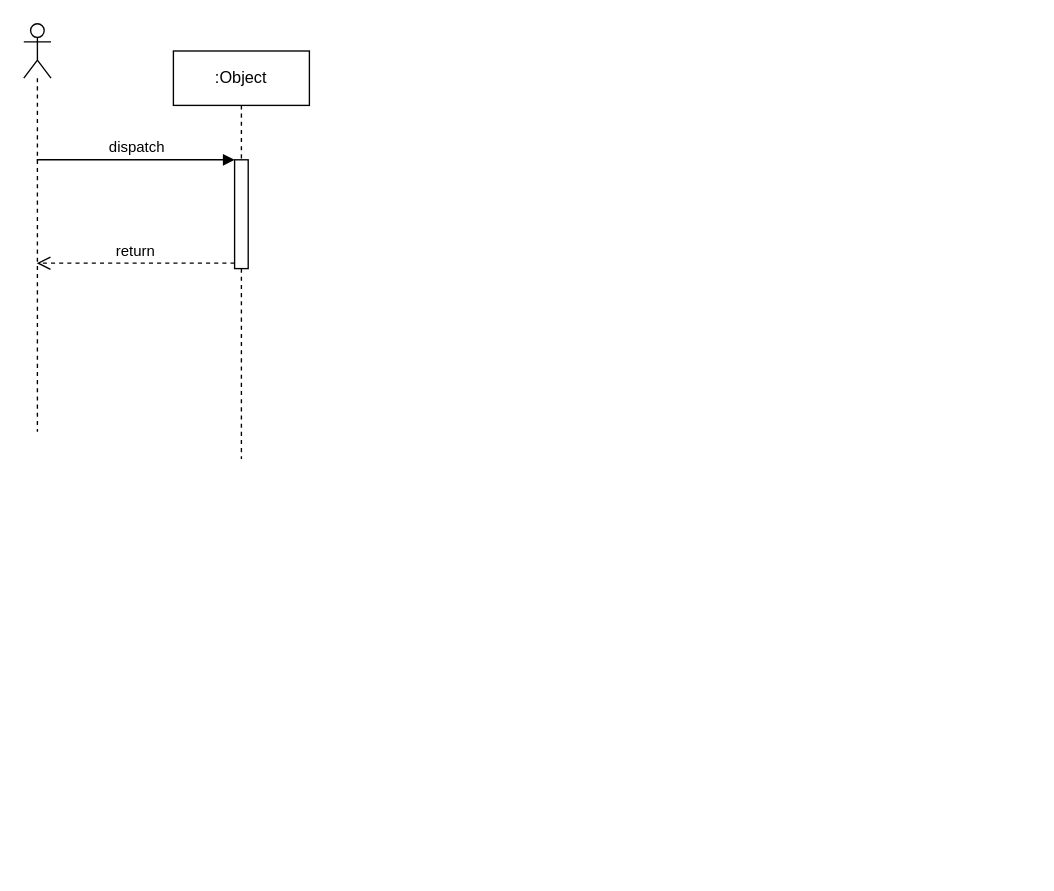
The draw.io diagram Untitled Diagram.drawio in MinDaHu/UML, before the edit. Source tidied: cells renumbered, new cells numbered last; positions are measured from the earlier drawing's top-left corner, leaving out a move shared by most shapes. Both pictures are drawn from the tidied source at 136%, with x=0, y=0 at pixel (23, 23).
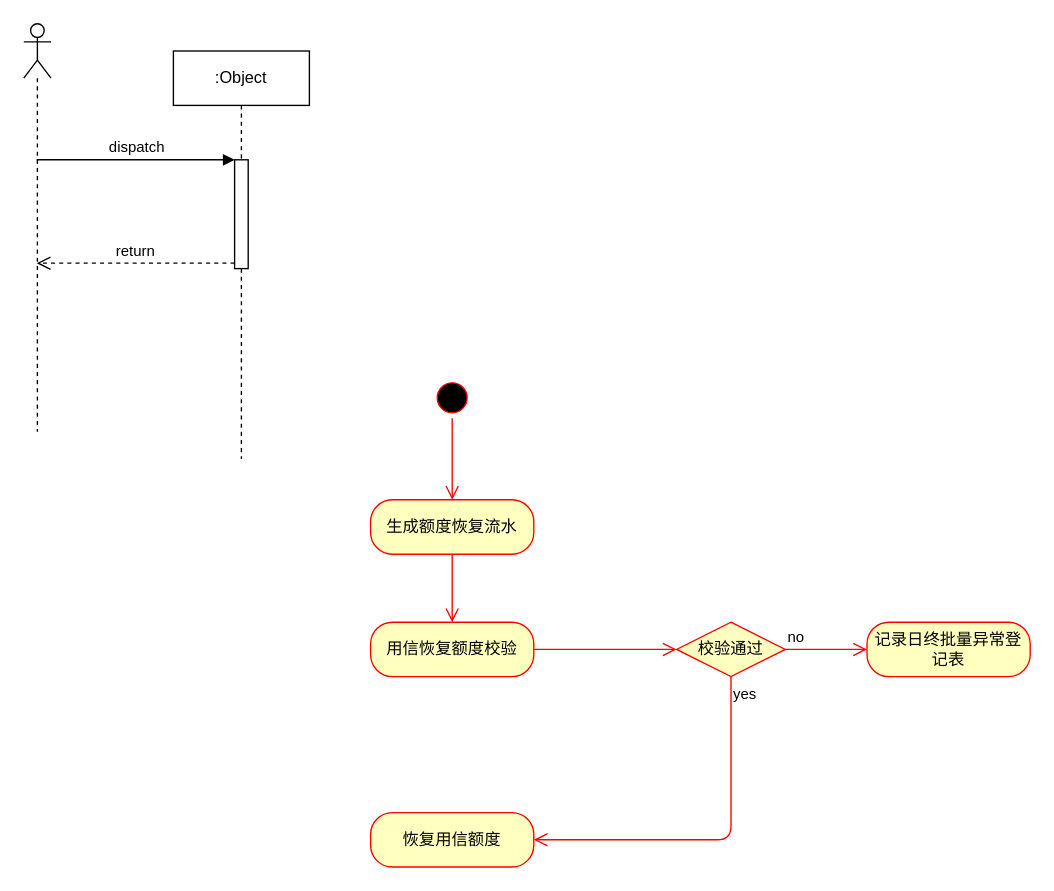
The same diagram, later.

Commit message:
高伟达-额度修改.drawio

What changed in the source:
```diff
@@
+    <mxCell id="7" style="ellipse;html=1;shape=startState;fillColor=#000000;strokeColor=#ff0000;" parent="1" vertex="1">
+      <mxGeometry x="300" y="260" width="30" height="30" as="geometry" />
+    </mxCell>
+    <mxCell id="8" style="edgeStyle=orthogonalEdgeStyle;html=1;verticalAlign=bottom;endArrow=open;endSize=8;strokeColor=#ff0000;" parent="1" edge="1" source="7">
+      <mxGeometry relative="1" as="geometry">
+        <mxPoint x="315" y="350" as="targetPoint" />
+      </mxGeometry>
+    </mxCell>
+    <mxCell id="9" value="生成额度恢复流水" style="rounded=1;whiteSpace=wrap;html=1;arcSize=40;fontColor=#000000;fillColor=#ffffc0;strokeColor=#ff0000;" parent="1" vertex="1">
+      <mxGeometry x="255" y="350" width="120" height="40" as="geometry" />
+    </mxCell>
+    <mxCell id="10" style="edgeStyle=orthogonalEdgeStyle;html=1;verticalAlign=bottom;endArrow=open;endSize=8;strokeColor=#ff0000;entryX=0.5;entryY=0;entryDx=0;entryDy=0;" parent="1" edge="1" source="9" target="11">
+      <mxGeometry relative="1" as="geometry" />
+    </mxCell>
+    <mxCell id="11" value="用信恢复额度校验" style="rounded=1;whiteSpace=wrap;html=1;arcSize=40;fontColor=#000000;fillColor=#ffffc0;strokeColor=#ff0000;" parent="1" vertex="1">
+      <mxGeometry x="255" y="440" width="120" height="40" as="geometry" />
+    </mxCell>
+    <mxCell id="12" value="校验通过" style="rhombus;whiteSpace=wrap;html=1;fillColor=#ffffc0;strokeColor=#ff0000;" parent="1" vertex="1">
+      <mxGeometry x="480" y="440" width="80" height="40" as="geometry" />
+    </mxCell>
+    <mxCell id="13" value="no" style="edgeStyle=orthogonalEdgeStyle;html=1;align=left;verticalAlign=bottom;endArrow=open;endSize=8;strokeColor=#ff0000;" parent="1" edge="1" source="12">
+      <mxGeometry x="-1" relative="1" as="geometry">
+        <mxPoint x="620" y="460" as="targetPoint" />
+      </mxGeometry>
+    </mxCell>
+    <mxCell id="14" value="yes" style="edgeStyle=orthogonalEdgeStyle;html=1;align=left;verticalAlign=top;endArrow=open;endSize=8;strokeColor=#ff0000;entryX=1;entryY=0.5;entryDx=0;entryDy=0;" parent="1" edge="1" source="12" target="16">
+      <mxGeometry x="-1" relative="1" as="geometry">
+        <Array as="points">
+          <mxPoint x="520" y="600" />
+        </Array>
+      </mxGeometry>
+    </mxCell>
+    <mxCell id="15" style="edgeStyle=orthogonalEdgeStyle;html=1;verticalAlign=bottom;endArrow=open;endSize=8;strokeColor=#ff0000;exitX=1;exitY=0.5;exitDx=0;exitDy=0;" parent="1" edge="1" source="11" target="12">
+      <mxGeometry relative="1" as="geometry">
+        <Array as="points">
+          <mxPoint x="430" y="460" />
+          <mxPoint x="430" y="460" />
+        </Array>
+      </mxGeometry>
+    </mxCell>
+    <mxCell id="16" value="恢复用信额度" style="rounded=1;whiteSpace=wrap;html=1;arcSize=40;fontColor=#000000;fillColor=#ffffc0;strokeColor=#ff0000;" parent="1" vertex="1">
+      <mxGeometry x="255" y="580" width="120" height="40" as="geometry" />
+    </mxCell>
+    <mxCell id="17" value="记录日终批量异常登记表" style="rounded=1;whiteSpace=wrap;html=1;arcSize=40;fontColor=#000000;fillColor=#ffffc0;strokeColor=#ff0000;" parent="1" vertex="1">
+      <mxGeometry x="620" y="440" width="120" height="40" as="geometry" />
+    </mxCell>
```
